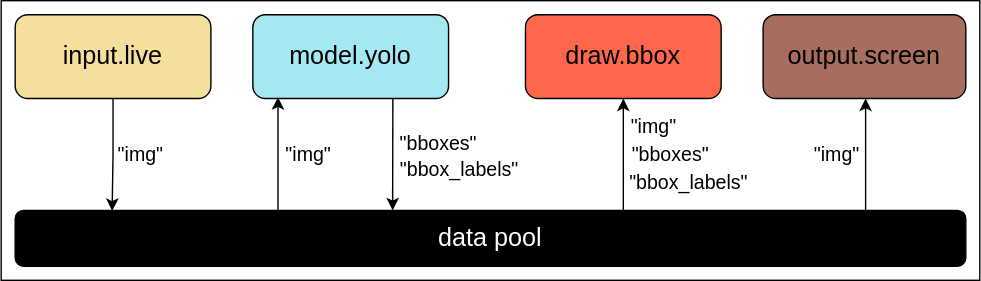
The draw.io diagram docs/source/assets/diagrams/yolo_demo.drawio.svg in aisingapore/PeekingDuck, before a commit. Source tidied: cells renumbered, new cells last; positions are measured from the earlier drawing's top-left corner, leaving out a move shared by most shapes. The source it was exported from:
```xml
<mxGraphModel>
  <root>
    <mxCell id="0" />
    <mxCell id="1" parent="0" />
    <mxCell id="2" style="whiteSpace=wrap;html=1;" parent="1" vertex="1">
      <mxGeometry width="700" height="200" as="geometry" />
    </mxCell>
    <mxCell id="3" style="edgeStyle=orthogonalEdgeStyle;rounded=0;jettySize=auto;html=1;exitX=0.5;exitY=1;exitDx=0;exitDy=0;entryX=0.102;entryY=0.009;entryDx=0;entryDy=0;entryPerimeter=0;" parent="1" edge="1" source="4" target="7">
      <mxGeometry relative="1" as="geometry" />
    </mxCell>
    <mxCell id="4" value="&lt;font style=&quot;font-size: 18px&quot;&gt;input.live&lt;/font&gt;" style="rounded=1;whiteSpace=wrap;html=1;fillColor=#F4DF9C;" parent="1" vertex="1">
      <mxGeometry x="10" y="10" width="140" height="60" as="geometry" />
    </mxCell>
    <mxCell id="5" value="&lt;font style=&quot;font-size: 18px&quot;&gt;model.yolo&lt;/font&gt;" style="rounded=1;whiteSpace=wrap;html=1;fillColor=#A4E8F1;" parent="1" vertex="1">
      <mxGeometry x="180" y="10" width="140" height="60" as="geometry" />
    </mxCell>
    <mxCell id="6" value="&lt;font style=&quot;font-size: 18px&quot;&gt;draw.bbox&lt;/font&gt;" style="rounded=1;whiteSpace=wrap;html=1;fillColor=#FF674D;" parent="1" vertex="1">
      <mxGeometry x="375" y="10" width="140" height="60" as="geometry" />
    </mxCell>
    <mxCell id="7" value="&lt;font style=&quot;font-size: 18px&quot; color=&quot;#ffffff&quot;&gt;data pool&lt;/font&gt;" style="rounded=1;whiteSpace=wrap;html=1;fillColor=#000000;" parent="1" vertex="1">
      <mxGeometry x="10" y="150" width="680" height="40" as="geometry" />
    </mxCell>
    <mxCell id="8" style="endArrow=classic;html=1;entryX=0.25;entryY=1;entryDx=0;entryDy=0;" parent="1" edge="1">
      <mxGeometry relative="1" as="geometry">
        <mxPoint x="445" y="151" as="sourcePoint" />
        <mxPoint x="445" y="70" as="targetPoint" />
      </mxGeometry>
    </mxCell>
    <mxCell id="9" style="endArrow=classic;html=1;entryX=0.25;entryY=1;entryDx=0;entryDy=0;" parent="1" edge="1">
      <mxGeometry relative="1" as="geometry">
        <mxPoint x="618.3" y="151" as="sourcePoint" />
        <mxPoint x="618.3" y="70" as="targetPoint" />
      </mxGeometry>
    </mxCell>
    <mxCell id="10" value="&lt;font style=&quot;font-size: 14px&quot;&gt;&quot;img&quot;&lt;/font&gt;" style="text;html=1;strokeColor=none;fillColor=none;align=center;verticalAlign=middle;whiteSpace=wrap;rounded=0;" parent="1" vertex="1">
      <mxGeometry x="80" y="100" width="40" height="20" as="geometry" />
    </mxCell>
    <mxCell id="11" value="&lt;font style=&quot;font-size: 14px&quot;&gt;&quot;img&quot;&lt;/font&gt;" style="text;html=1;strokeColor=none;fillColor=none;align=center;verticalAlign=middle;whiteSpace=wrap;rounded=0;" parent="1" vertex="1">
      <mxGeometry x="200" y="100" width="40" height="20" as="geometry" />
    </mxCell>
    <mxCell id="12" value="&lt;font style=&quot;font-size: 14px&quot;&gt;&quot;bboxes&quot;&lt;/font&gt;" style="text;html=1;strokeColor=none;fillColor=none;align=center;verticalAlign=middle;whiteSpace=wrap;rounded=0;" parent="1" vertex="1">
      <mxGeometry x="278" y="92" width="70" height="20" as="geometry" />
    </mxCell>
    <mxCell id="13" value="&lt;font style=&quot;font-size: 14px&quot;&gt;&quot;bbox_labels&quot;&lt;/font&gt;" style="text;html=1;strokeColor=none;fillColor=none;align=center;verticalAlign=middle;whiteSpace=wrap;rounded=0;" parent="1" vertex="1">
      <mxGeometry x="293" y="111" width="70" height="20" as="geometry" />
    </mxCell>
    <mxCell id="14" value="&lt;font style=&quot;font-size: 14px&quot;&gt;&quot;img&quot;&lt;/font&gt;" style="text;html=1;strokeColor=none;fillColor=none;align=center;verticalAlign=middle;whiteSpace=wrap;rounded=0;" parent="1" vertex="1">
      <mxGeometry x="447" y="80" width="40" height="20" as="geometry" />
    </mxCell>
    <mxCell id="15" value="&lt;font style=&quot;font-size: 14px&quot;&gt;&quot;bboxes&quot;&lt;/font&gt;" style="text;html=1;strokeColor=none;fillColor=none;align=center;verticalAlign=middle;whiteSpace=wrap;rounded=0;" parent="1" vertex="1">
      <mxGeometry x="444" y="100" width="70" height="20" as="geometry" />
    </mxCell>
    <mxCell id="16" value="&lt;font style=&quot;font-size: 14px&quot;&gt;&quot;img&quot;&lt;/font&gt;" style="text;html=1;strokeColor=none;fillColor=none;align=center;verticalAlign=middle;whiteSpace=wrap;rounded=0;" parent="1" vertex="1">
      <mxGeometry x="578" y="100" width="40" height="20" as="geometry" />
    </mxCell>
    <mxCell id="17" value="&lt;font style=&quot;font-size: 18px&quot;&gt;output.screen&lt;/font&gt;" style="rounded=1;whiteSpace=wrap;html=1;fillColor=#A76D60;" parent="1" vertex="1">
      <mxGeometry x="545" y="10" width="145" height="60" as="geometry" />
    </mxCell>
    <mxCell id="18" value="&lt;font style=&quot;font-size: 14px&quot;&gt;&quot;bbox_labels&quot;&lt;/font&gt;" style="text;html=1;strokeColor=none;fillColor=none;align=center;verticalAlign=middle;whiteSpace=wrap;rounded=0;" parent="1" vertex="1">
      <mxGeometry x="457" y="120" width="70" height="20" as="geometry" />
    </mxCell>
    <mxCell id="19" style="endArrow=classic;html=1;entryX=0.25;entryY=1;entryDx=0;entryDy=0;" parent="1" edge="1">
      <mxGeometry relative="1" as="geometry">
        <mxPoint x="198" y="150" as="sourcePoint" />
        <mxPoint x="198" y="69" as="targetPoint" />
      </mxGeometry>
    </mxCell>
    <mxCell id="20" style="endArrow=classic;html=1;exitX=0.5;exitY=1;exitDx=0;exitDy=0;entryX=0.088;entryY=0;entryDx=0;entryDy=0;entryPerimeter=0;" parent="1" edge="1">
      <mxGeometry relative="1" as="geometry">
        <mxPoint x="280.2" y="70" as="sourcePoint" />
        <mxPoint x="280" y="150" as="targetPoint" />
      </mxGeometry>
    </mxCell>
  </root>
</mxGraphModel>
```
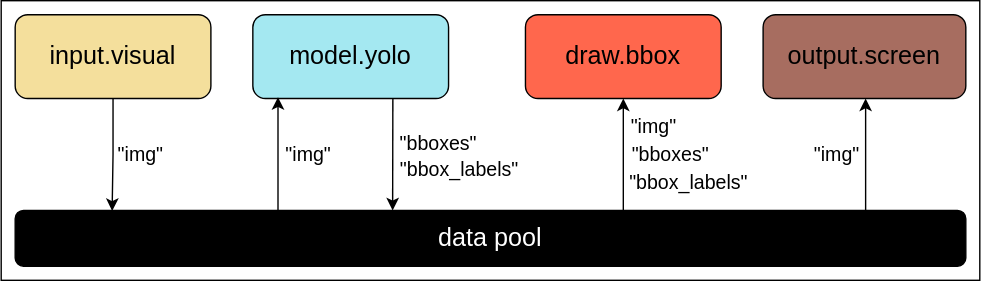
The same file after the commit.

What changed in the source:
```diff
@@ -8,7 +8,7 @@
     <mxCell id="3" style="edgeStyle=orthogonalEdgeStyle;rounded=0;jettySize=auto;html=1;exitX=0.5;exitY=1;exitDx=0;exitDy=0;entryX=0.102;entryY=0.009;entryDx=0;entryDy=0;entryPerimeter=0;" parent="1" edge="1" source="4" target="7">
       <mxGeometry relative="1" as="geometry" />
     </mxCell>
-    <mxCell id="4" value="&lt;font style=&quot;font-size: 18px&quot;&gt;input.live&lt;/font&gt;" style="rounded=1;whiteSpace=wrap;html=1;fillColor=#F4DF9C;" parent="1" vertex="1">
+    <mxCell id="4" value="&lt;font style=&quot;font-size: 18px&quot;&gt;input.visual&lt;/font&gt;" style="rounded=1;whiteSpace=wrap;html=1;fillColor=#F4DF9C;" parent="1" vertex="1">
       <mxGeometry x="10" y="10" width="140" height="60" as="geometry" />
     </mxCell>
     <mxCell id="5" value="&lt;font style=&quot;font-size: 18px&quot;&gt;model.yolo&lt;/font&gt;" style="rounded=1;whiteSpace=wrap;html=1;fillColor=#A4E8F1;" parent="1" vertex="1">
```
